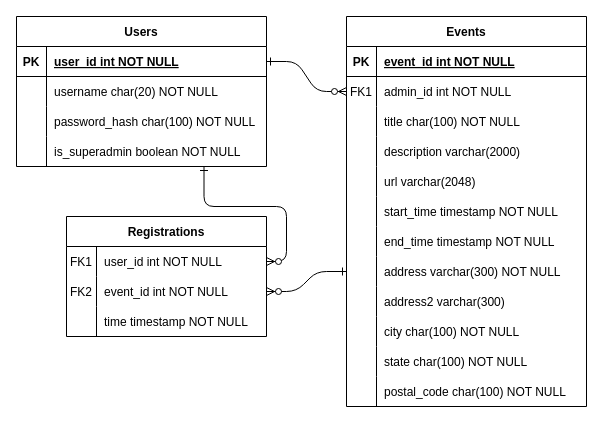
steelmace23/COP4710 keeps this draw.io diagram as docs/figures/eventportal-erd.drawio. Above is the earlier version. Source tidied: cells renumbered, new cells numbered last; positions are measured from the earlier drawing's top-left corner, leaving out a move shared by most shapes. Both pictures are drawn from the tidied source at 100%, with x=0, y=0 at pixel (16, 16).
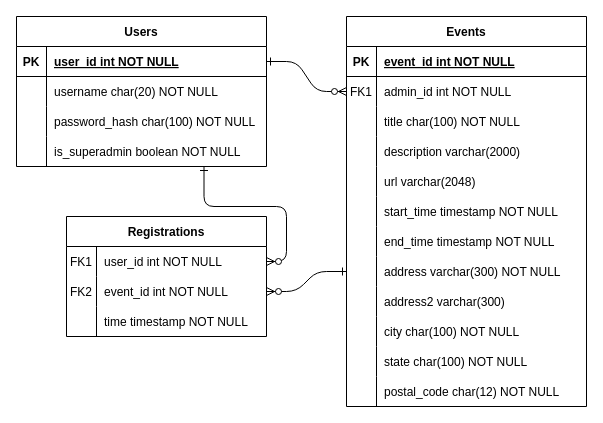
The same page after the edit.

Commit message (it also covers changes not shown here):
Change postal_code from char(100) to char(12)

The change refers to these unchanged cells:
```xml
<mxCell id="37" style="shape=partialRectangle;fillColor=none;top=0;left=0;right=0;bottom=0;" parent="3" vertex="1">
  <mxGeometry y="360" width="240" height="30" as="geometry" />
</mxCell>
```

The edit, as a diff of the source:
```diff
@@
-    <mxCell id="39" value="postal_code char(100) NOT NULL" style="shape=partialRectangle;overflow=hidden;fillColor=none;top=0;left=0;bottom=0;right=0;align=left;spacingLeft=6;" parent="37" vertex="1">
+    <mxCell id="39" value="postal_code char(12) NOT NULL" style="shape=partialRectangle;overflow=hidden;fillColor=none;top=0;left=0;bottom=0;right=0;align=left;spacingLeft=6;" parent="37" vertex="1">
       <mxGeometry x="30" width="210" height="30" as="geometry" />
     </mxCell>
```
